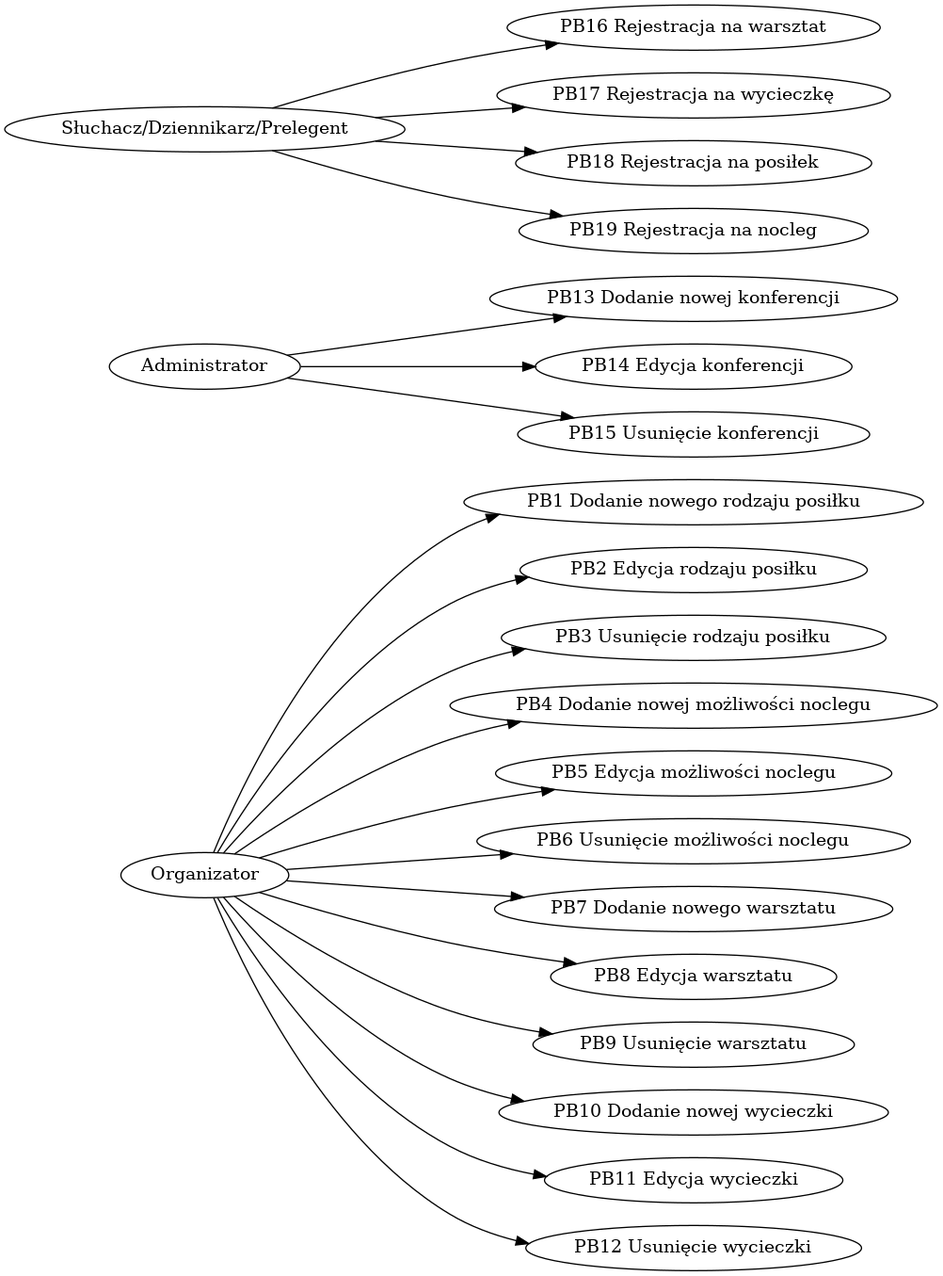
Above: ps.png in zyla/iop_konferencja (Graphviz), before the change. Its source is kept beside it as ps.dot. Source of this version:
```dot
digraph { rankdir=LR; "Organizator" -> "PB1 Dodanie nowego rodzaju posiłku"
"Organizator" -> "PB2 Edycja rodzaju posiłku"
"Organizator" -> "PB3 Usunięcie rodzaju posiłku"
"Organizator" -> "PB4 Dodanie nowej możliwości noclegu"
"Organizator" -> "PB5 Edycja możliwości noclegu"
"Organizator" -> "PB6 Usunięcie możliwości noclegu"
"Organizator" -> "PB7 Dodanie nowego warsztatu"
"Organizator" -> "PB8 Edycja warsztatu"
"Organizator" -> "PB9 Usunięcie warsztatu"
"Organizator" -> "PB10 Dodanie nowej wycieczki"
"Organizator" -> "PB11 Edycja wycieczki"
"Organizator" -> "PB12 Usunięcie wycieczki"
"Administrator" -> "PB13 Dodanie nowej konferencji"
"Administrator" -> "PB14 Edycja konferencji"
"Administrator" -> "PB15 Usunięcie konferencji"
"Słuchacz/Dziennikarz/Prelegent" -> "PB16 Rejestracja na warsztat"
"Słuchacz/Dziennikarz/Prelegent" -> "PB17 Rejestracja na wycieczkę"
"Słuchacz/Dziennikarz/Prelegent" -> "PB18 Rejestracja na posiłek"
"Słuchacz/Dziennikarz/Prelegent" -> "PB19 Rejestracja na nocleg"
 }
```
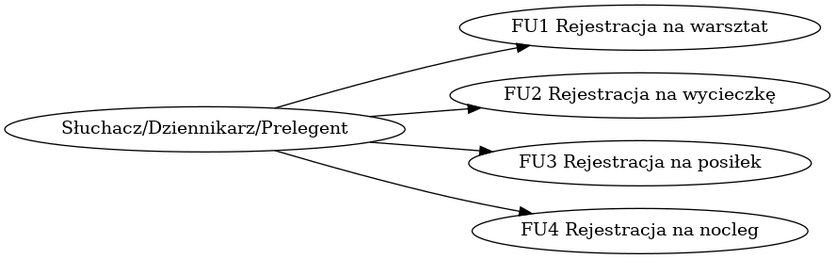
The same diagram one commit later.

What changed in the source:
```diff
@@ -1,20 +1,5 @@
-digraph { rankdir=LR; "Organizator" -> "PB1 Dodanie nowego rodzaju posiłku"
-"Organizator" -> "PB2 Edycja rodzaju posiłku"
-"Organizator" -> "PB3 Usunięcie rodzaju posiłku"
-"Organizator" -> "PB4 Dodanie nowej możliwości noclegu"
-"Organizator" -> "PB5 Edycja możliwości noclegu"
-"Organizator" -> "PB6 Usunięcie możliwości noclegu"
-"Organizator" -> "PB7 Dodanie nowego warsztatu"
-"Organizator" -> "PB8 Edycja warsztatu"
-"Organizator" -> "PB9 Usunięcie warsztatu"
-"Organizator" -> "PB10 Dodanie nowej wycieczki"
-"Organizator" -> "PB11 Edycja wycieczki"
-"Organizator" -> "PB12 Usunięcie wycieczki"
-"Administrator" -> "PB13 Dodanie nowej konferencji"
-"Administrator" -> "PB14 Edycja konferencji"
-"Administrator" -> "PB15 Usunięcie konferencji"
-"Słuchacz/Dziennikarz/Prelegent" -> "PB16 Rejestracja na warsztat"
-"Słuchacz/Dziennikarz/Prelegent" -> "PB17 Rejestracja na wycieczkę"
-"Słuchacz/Dziennikarz/Prelegent" -> "PB18 Rejestracja na posiłek"
-"Słuchacz/Dziennikarz/Prelegent" -> "PB19 Rejestracja na nocleg"
+digraph { rankdir=LR; "Słuchacz/Dziennikarz/Prelegent" -> "FU1 Rejestracja na warsztat"
+"Słuchacz/Dziennikarz/Prelegent" -> "FU2 Rejestracja na wycieczkę"
+"Słuchacz/Dziennikarz/Prelegent" -> "FU3 Rejestracja na posiłek"
+"Słuchacz/Dziennikarz/Prelegent" -> "FU4 Rejestracja na nocleg"
  }
```
